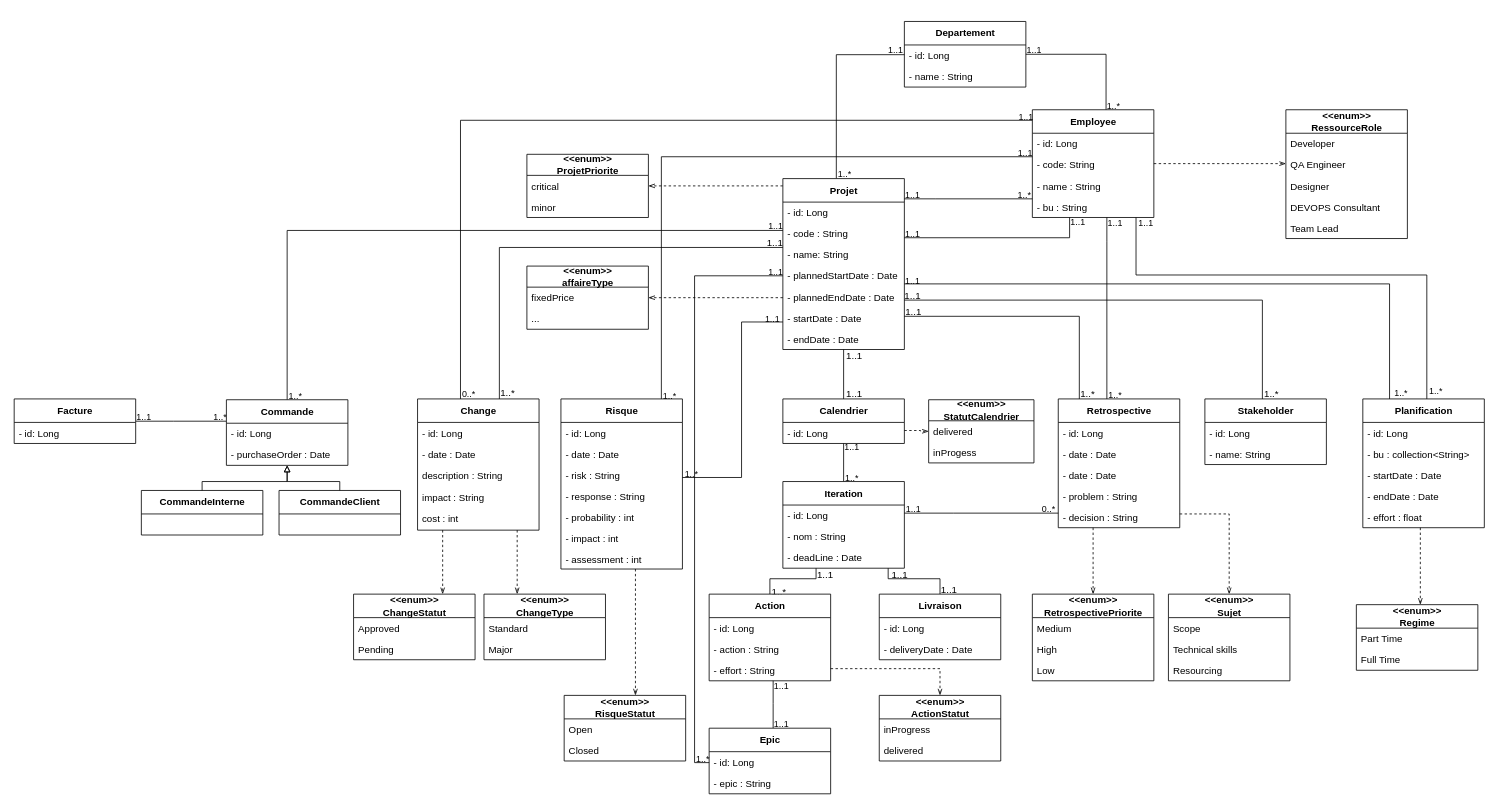
Before: Diagramme de Classe.drawio in ZidiMedAmine/UML, a draw.io diagram. Source tidied: cells renumbered, new cells numbered last; positions are measured from the earlier drawing's top-left corner, leaving out a move shared by most shapes. Both pictures are drawn from the tidied source at 81%, with x=0, y=0 at pixel (14, 21).
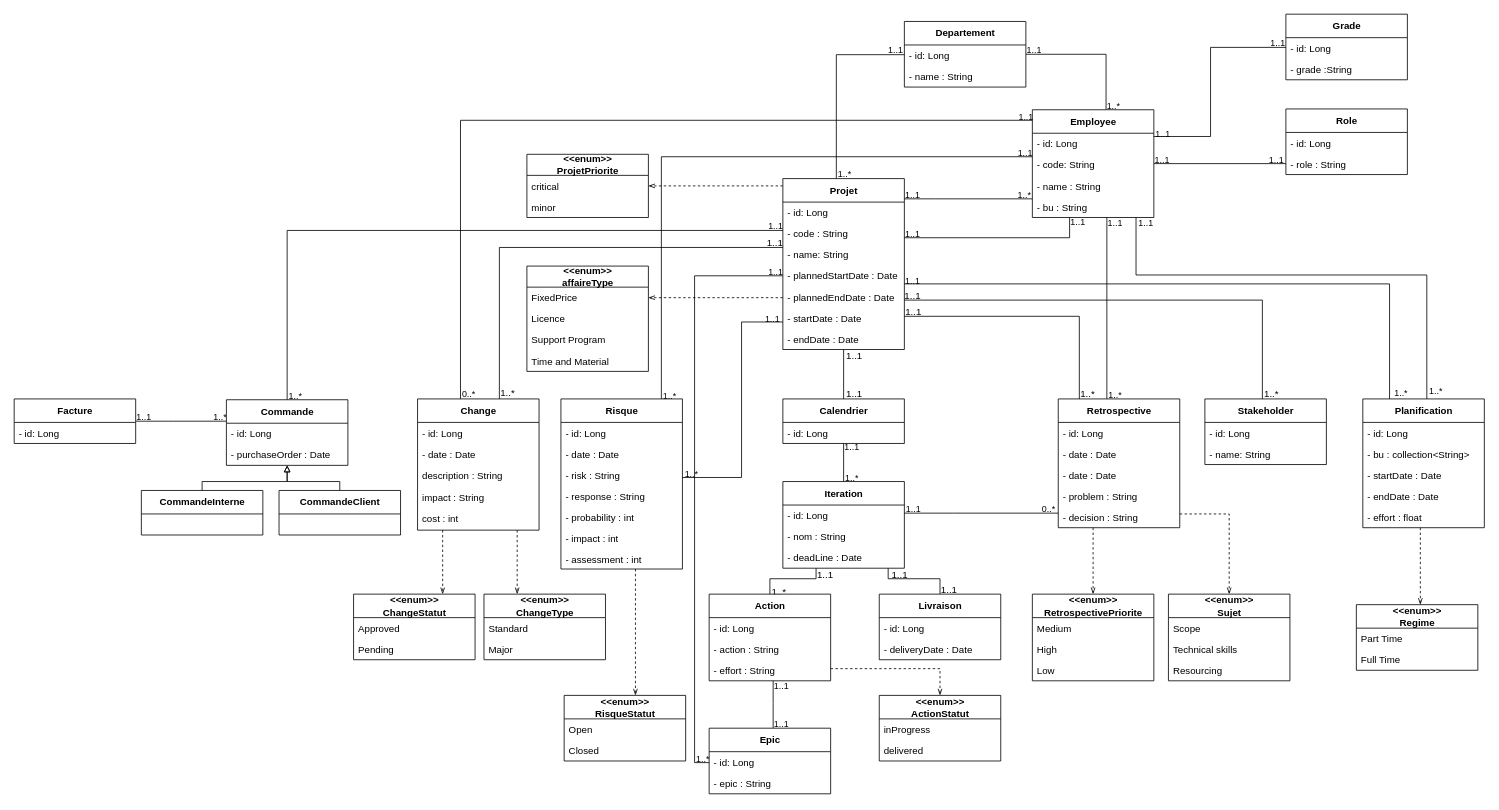
After the change.

The change refers to these unchanged cells:
```xml
<mxCell id="24" value="Employee" style="swimlane;fontStyle=1;align=center;verticalAlign=middle;horizontal=1;startSize=29;html=1;fontSize=12;labelPosition=center;verticalLabelPosition=middle;" parent="1" vertex="1">
  <mxGeometry x="1257" y="109" width="150" height="133" as="geometry" />
</mxCell>
<mxCell id="25" value="- id: Long" style="text;strokeColor=none;fillColor=none;align=left;verticalAlign=top;spacingLeft=4;spacingRight=4;overflow=hidden;points=[[0,0.5],[1,0.5]];portConstraint=eastwest;" parent="24" vertex="1">
  <mxGeometry y="29" width="150" height="26" as="geometry" />
</mxCell>
<mxCell id="155" value="Calendrier" style="swimlane;fontStyle=1;align=center;verticalAlign=middle;horizontal=1;startSize=29;html=1;shadow=0;fontSize=12;labelPosition=center;verticalLabelPosition=middle;" parent="1" vertex="1">
  <mxGeometry x="949" y="466" width="150" height="55" as="geometry" />
</mxCell>
```

What changed in the source:
```diff
@@
     <mxCell id="85" value="&amp;lt;&amp;lt;enum&amp;gt;&amp;gt;&lt;br&gt;affaireType" style="swimlane;fontStyle=1;align=center;verticalAlign=middle;horizontal=1;startSize=26;html=1;shadow=0;fontSize=12;labelPosition=center;verticalLabelPosition=middle;" parent="1" vertex="1">
-      <mxGeometry x="633" y="302" width="150" height="78" as="geometry" />
+      <mxGeometry x="633" y="302" width="150" height="130" as="geometry" />
     </mxCell>
-    <mxCell id="86" value="fixedPrice" style="text;strokeColor=none;fillColor=none;align=left;verticalAlign=top;spacingLeft=4;spacingRight=4;overflow=hidden;" parent="85" vertex="1">
+    <mxCell id="86" value="FixedPrice" style="text;strokeColor=none;fillColor=none;align=left;verticalAlign=top;spacingLeft=4;spacingRight=4;overflow=hidden;" parent="85" vertex="1">
       <mxGeometry y="26" width="150" height="26" as="geometry" />
     </mxCell>
+    <mxCell id="189" value="Licence" style="text;strokeColor=none;fillColor=none;align=left;verticalAlign=top;spacingLeft=4;spacingRight=4;overflow=hidden;" parent="85" vertex="1">
+      <mxGeometry y="52" width="150" height="26" as="geometry" />
+    </mxCell>
-    <mxCell id="87" value="..." style="text;strokeColor=none;fillColor=none;align=left;verticalAlign=top;spacingLeft=4;spacingRight=4;overflow=hidden;" parent="85" vertex="1">
-      <mxGeometry y="52" width="150" height="26" as="geometry" />
+    <mxCell id="87" value="Support Program" style="text;strokeColor=none;fillColor=none;align=left;verticalAlign=top;spacingLeft=4;spacingRight=4;overflow=hidden;" parent="85" vertex="1">
+      <mxGeometry y="78" width="150" height="26" as="geometry" />
     </mxCell>
-    <mxCell id="88" value="&amp;lt;&amp;lt;enum&amp;gt;&amp;gt; &lt;br&gt;StatutCalendrier" style="swimlane;fontStyle=1;align=center;verticalAlign=middle;horizontal=1;startSize=26;html=1;shadow=0;fontSize=12;labelPosition=center;verticalLabelPosition=middle;" parent="1" vertex="1">
-      <mxGeometry x="1129" y="467" width="130" height="78" as="geometry" />
-    </mxCell>
-    <mxCell id="89" value="delivered" style="text;strokeColor=none;fillColor=none;align=left;verticalAlign=top;spacingLeft=4;spacingRight=4;overflow=hidden;" parent="88" vertex="1">
-      <mxGeometry y="26" width="130" height="26" as="geometry" />
-    </mxCell>
-    <mxCell id="90" value="inProgess" style="text;strokeColor=none;fillColor=none;align=left;verticalAlign=top;spacingLeft=4;spacingRight=4;overflow=hidden;" parent="88" vertex="1">
-      <mxGeometry y="52" width="130" height="26" as="geometry" />
-    </mxCell>
+    <mxCell id="190" value="Time and Material" style="text;strokeColor=none;fillColor=none;align=left;verticalAlign=top;spacingLeft=4;spacingRight=4;overflow=hidden;" parent="85" vertex="1">
+      <mxGeometry y="104" width="150" height="26" as="geometry" />
+    </mxCell>
@@
-    <mxCell id="107" style="rounded=0;jettySize=auto;html=1;endArrow=openThin;endFill=0;edgeStyle=orthogonalEdgeStyle;dashed=1;" parent="1" edge="1" source="155" target="88">
-      <mxGeometry relative="1" as="geometry">
-        <Array as="points">
-          <mxPoint x="1119" y="505" />
-          <mxPoint x="1119" y="506" />
-        </Array>
-      </mxGeometry>
-    </mxCell>
@@
-    <mxCell id="145" value="&amp;lt;&amp;lt;enum&amp;gt;&amp;gt;&lt;br&gt;RessourceRole" style="swimlane;fontStyle=1;align=center;verticalAlign=middle;horizontal=1;startSize=29;html=1;fontSize=12;labelPosition=center;verticalLabelPosition=middle;" parent="1" vertex="1">
-      <mxGeometry x="1570" y="109" width="150" height="159" as="geometry" />
+    <mxCell id="145" value="Role" style="swimlane;fontStyle=1;align=center;verticalAlign=middle;horizontal=1;startSize=29;html=1;fontSize=12;labelPosition=center;verticalLabelPosition=middle;" parent="1" vertex="1">
+      <mxGeometry x="1570" y="108" width="150" height="81" as="geometry" />
     </mxCell>
-    <mxCell id="146" value="Developer" style="text;strokeColor=none;fillColor=none;align=left;verticalAlign=top;spacingLeft=4;spacingRight=4;overflow=hidden;" parent="145" vertex="1">
+    <mxCell id="146" value="- id: Long" style="text;strokeColor=none;fillColor=none;align=left;verticalAlign=top;spacingLeft=4;spacingRight=4;overflow=hidden;" parent="145" vertex="1">
       <mxGeometry y="29" width="150" height="26" as="geometry" />
     </mxCell>
-    <mxCell id="147" value="QA Engineer" style="text;strokeColor=none;fillColor=none;align=left;verticalAlign=top;spacingLeft=4;spacingRight=4;overflow=hidden;" parent="145" vertex="1">
+    <mxCell id="147" value="- role : String" style="text;strokeColor=none;fillColor=none;align=left;verticalAlign=top;spacingLeft=4;spacingRight=4;overflow=hidden;" parent="145" vertex="1">
       <mxGeometry y="55" width="150" height="26" as="geometry" />
     </mxCell>
-    <mxCell id="148" value="Designer" style="text;strokeColor=none;fillColor=none;align=left;verticalAlign=top;spacingLeft=4;spacingRight=4;overflow=hidden;" parent="145" vertex="1">
-      <mxGeometry y="81" width="150" height="26" as="geometry" />
-    </mxCell>
-    <mxCell id="149" value="DEVOPS Consultant" style="text;strokeColor=none;fillColor=none;align=left;verticalAlign=top;spacingLeft=4;spacingRight=4;overflow=hidden;" parent="145" vertex="1">
-      <mxGeometry y="107" width="150" height="26" as="geometry" />
-    </mxCell>
-    <mxCell id="150" value="Team Lead" style="text;strokeColor=none;fillColor=none;align=left;verticalAlign=top;spacingLeft=4;spacingRight=4;overflow=hidden;" parent="145" vertex="1">
-      <mxGeometry y="133" width="150" height="26" as="geometry" />
-    </mxCell>
-    <mxCell id="151" style="edgeStyle=orthogonalEdgeStyle;rounded=0;jettySize=auto;html=1;endArrow=openThin;endFill=0;dashed=1;" parent="1" edge="1" source="24" target="145">
+    <mxCell id="151" style="edgeStyle=orthogonalEdgeStyle;rounded=0;jettySize=auto;html=1;endArrow=none;endFill=0;" parent="1" edge="1" source="24" target="145">
       <mxGeometry relative="1" as="geometry">
         <Array as="points">
           <mxPoint x="1543" y="176" />
           <mxPoint x="1543" y="176" />
         </Array>
       </mxGeometry>
     </mxCell>
+    <mxCell id="191" value="1..1" style="edgeLabel;html=1;align=center;verticalAlign=middle;labelBackgroundColor=none;" parent="151" vertex="1">
+      <mxGeometry x="0.77" y="2" relative="1" as="geometry">
+        <mxPoint x="6" y="-3" as="offset" />
+      </mxGeometry>
+    </mxCell>
+    <mxCell id="192" value="1..1" style="edgeLabel;html=1;align=center;verticalAlign=middle;labelBackgroundColor=none;" parent="151" vertex="1">
+      <mxGeometry x="-0.86" relative="1" as="geometry">
+        <mxPoint x="-2" y="-5" as="offset" />
+      </mxGeometry>
+    </mxCell>
@@
+    <mxCell id="193" value="Grade" style="swimlane;fontStyle=1;align=center;verticalAlign=middle;horizontal=1;startSize=29;html=1;fontSize=12;labelPosition=center;verticalLabelPosition=middle;" parent="1" vertex="1">
+      <mxGeometry x="1570" y="-9" width="150" height="81" as="geometry" />
+    </mxCell>
+    <mxCell id="194" value="- id: Long" style="text;strokeColor=none;fillColor=none;align=left;verticalAlign=top;spacingLeft=4;spacingRight=4;overflow=hidden;" parent="193" vertex="1">
+      <mxGeometry y="29" width="150" height="26" as="geometry" />
+    </mxCell>
+    <mxCell id="195" value="- grade :String" style="text;strokeColor=none;fillColor=none;align=left;verticalAlign=top;spacingLeft=4;spacingRight=4;overflow=hidden;" parent="193" vertex="1">
+      <mxGeometry y="55" width="150" height="26" as="geometry" />
+    </mxCell>
+    <mxCell id="196" style="edgeStyle=orthogonalEdgeStyle;rounded=0;jettySize=auto;html=1;endArrow=none;endFill=0;" parent="1" edge="1" source="25" target="193">
+      <mxGeometry relative="1" as="geometry">
+        <Array as="points">
+          <mxPoint x="1477" y="142" />
+          <mxPoint x="1477" y="32" />
+        </Array>
+      </mxGeometry>
+    </mxCell>
+    <mxCell id="197" value="1..1" style="edgeLabel;html=1;align=center;verticalAlign=middle;labelBackgroundColor=none;" parent="196" vertex="1">
+      <mxGeometry x="0.86" y="-4" relative="1" as="geometry">
+        <mxPoint x="8" y="-10" as="offset" />
+      </mxGeometry>
+    </mxCell>
+    <mxCell id="198" value="1..1" style="edgeLabel;html=1;align=center;verticalAlign=middle;labelBackgroundColor=none;" parent="196" vertex="1">
+      <mxGeometry x="-0.95" relative="1" as="geometry">
+        <mxPoint x="3" y="-4" as="offset" />
+      </mxGeometry>
+    </mxCell>
```
